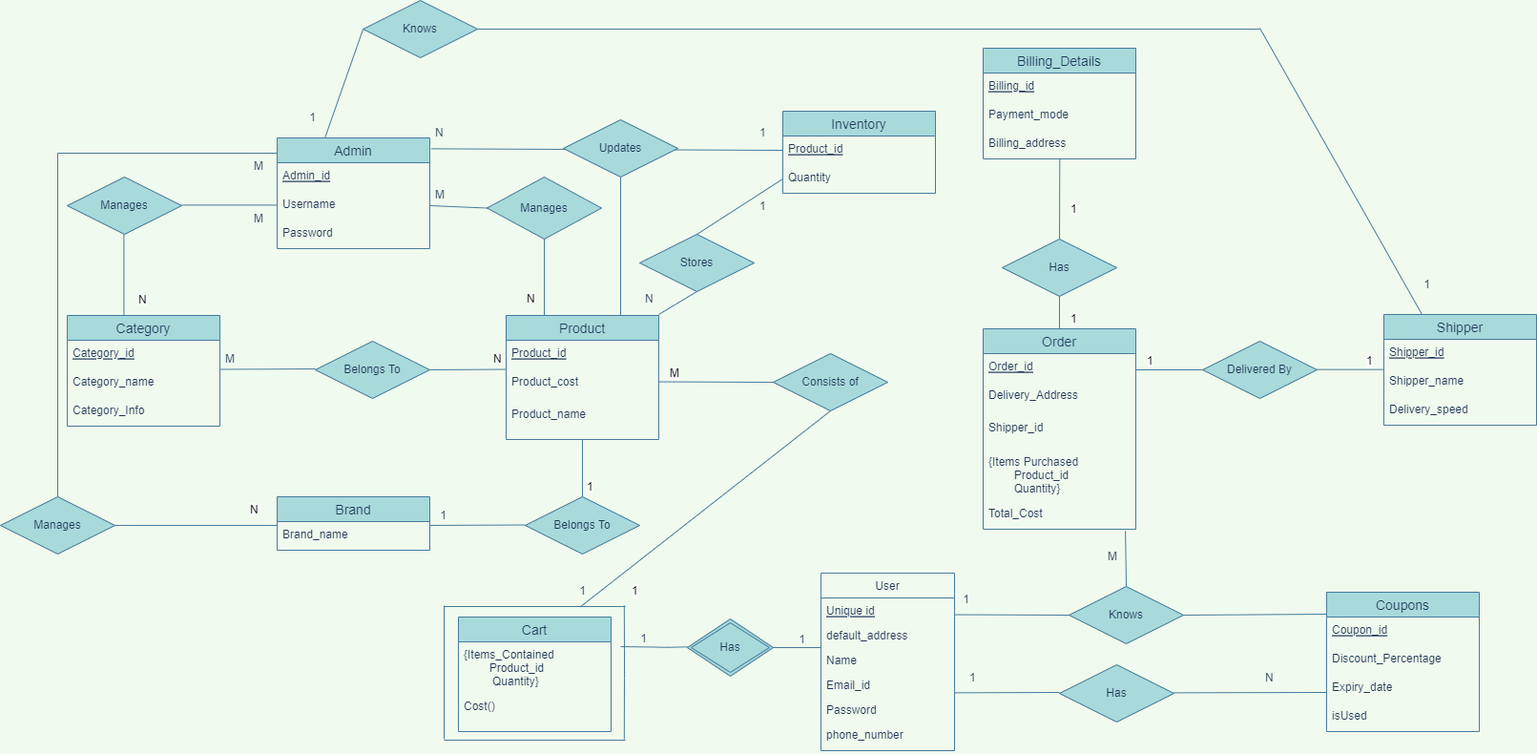
This is Diagrams/ERD.png from aflah02/Online_Retail_System, a draw.io export, as it was before one commit. Source tidied: cells renumbered, new cells last; positions are measured from the earlier drawing's top-left corner, leaving out a move shared by most shapes.
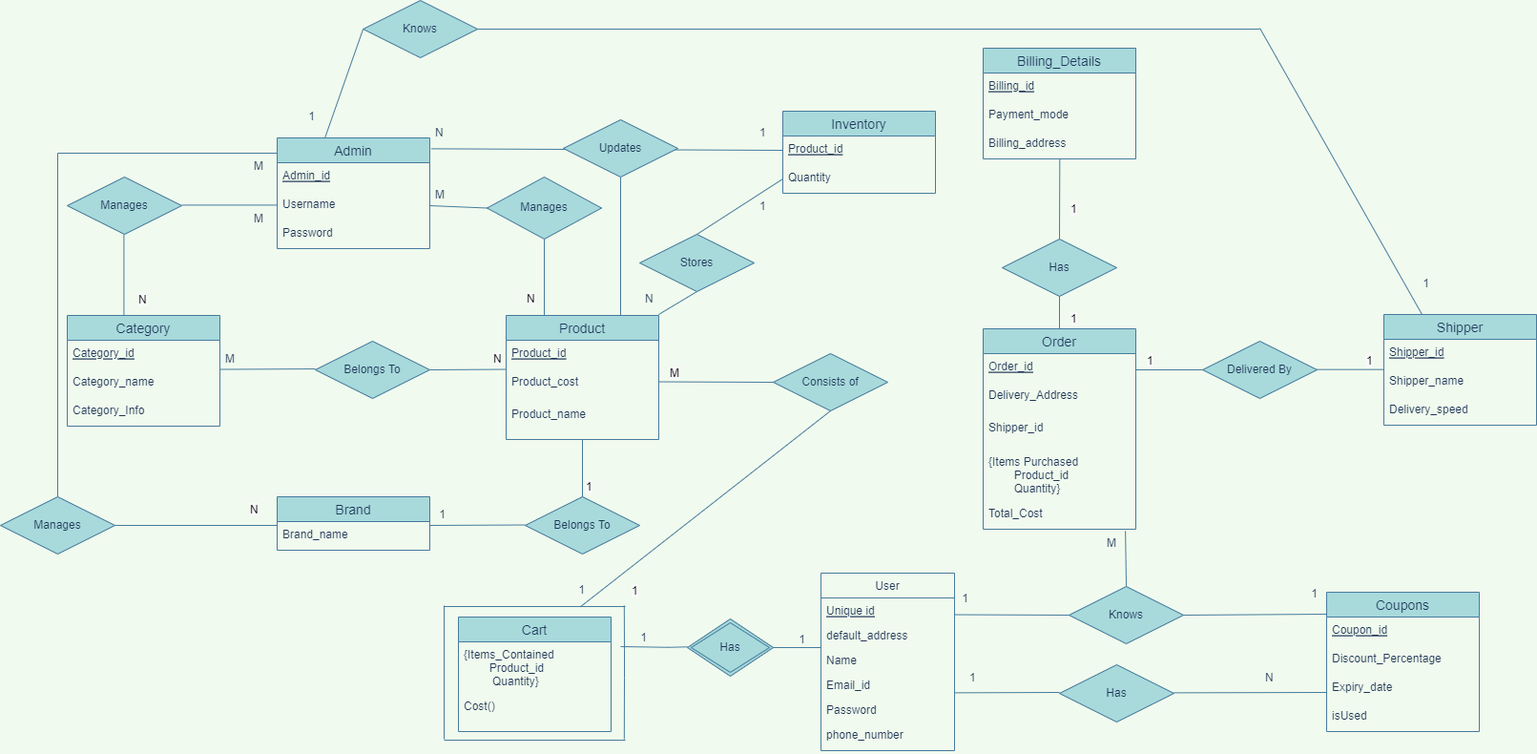
Above is the later version.

The edit, as a diff of the source:
```diff
@@ -157,7 +157,7 @@
     </mxCell>
     <mxCell id="44" value="M" style="html=1;align=right;verticalAlign=bottom;fillColor=#A8DADC;strokeColor=#457B9D;fontColor=#1D3557;" parent="43" vertex="1">
       <mxGeometry x="1" relative="1" as="geometry">
-        <mxPoint x="-10" y="-24" as="offset" />
+        <mxPoint x="-10" y="-37" as="offset" />
       </mxGeometry>
     </mxCell>
     <mxCell id="45" value="Shipper" style="swimlane;fontStyle=0;horizontal=1;startSize=26;align=center;fontSize=14;fillColor=#A8DADC;strokeColor=#457B9D;fontColor=#1D3557;" parent="1" vertex="1">
@@ -453,5 +453,10 @@
         <mxPoint x="1390" y="643" as="targetPoint" />
       </mxGeometry>
     </mxCell>
+    <mxCell id="126" value="1" style="html=1;align=right;verticalAlign=bottom;direction=south;fillColor=#A8DADC;strokeColor=#457B9D;fontColor=#1D3557;" parent="1" vertex="1">
+      <mxGeometry x="1380" y="635" as="geometry">
+        <mxPoint x="1" y="-5" as="offset" />
+      </mxGeometry>
+    </mxCell>
   </root>
 </mxGraphModel>
```
